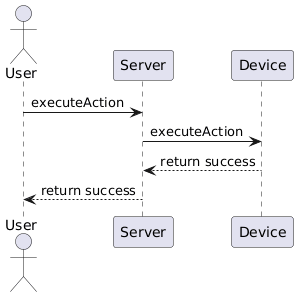
This is diagrams/generated/device_actions.png from DomoticASW/.github, a PlantUML export, as it was before one commit. The source it was exported from:
```plantuml
@startuml device_actions

actor User as user
participant Server as server
participant Device as device

user -> server: executeAction
server -> device: executeAction
device --> server: return success
server --> user: return success

@enduml
```
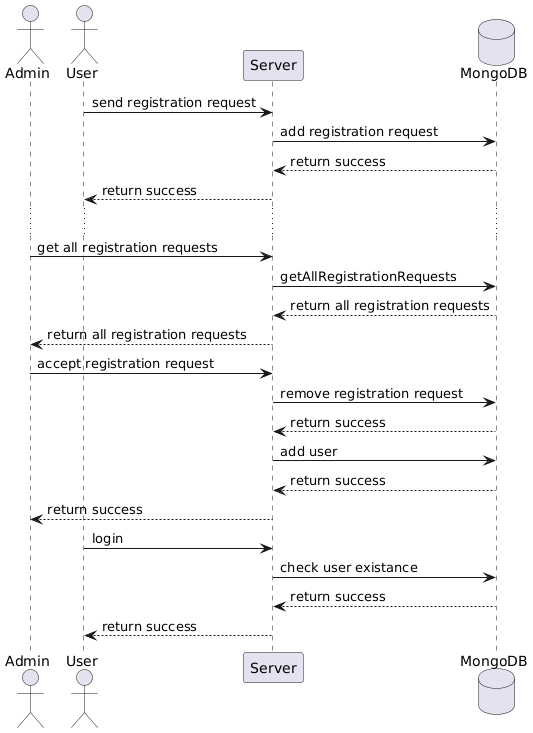
The same diagram one commit later.

Commit message:
Add users registration sequence diagram

The edit, as a diff of the source:
```diff
@@ -1,12 +1,30 @@
 @startuml device_actions
 
+actor Admin as admin
 actor User as user
 participant Server as server
-participant Device as device
+database MongoDB as mongo
 
-user -> server: executeAction
-server -> device: executeAction
-device --> server: return success
+user -> server: send registration request
+server -> mongo: add registration request
+mongo --> server: return success
+server --> user: return success
+...
+admin -> server: get all registration requests
+server -> mongo: getAllRegistrationRequests
+mongo --> server: return all registration requests
+server --> admin: return all registration requests
+
+admin -> server: accept registration request
+server -> mongo: remove registration request
+mongo --> server: return success
+server -> mongo: add user
+mongo --> server: return success
+server --> admin: return success
+
+user -> server: login
+server -> mongo: check user existance
+mongo --> server: return success
 server --> user: return success
 
 @enduml
```
